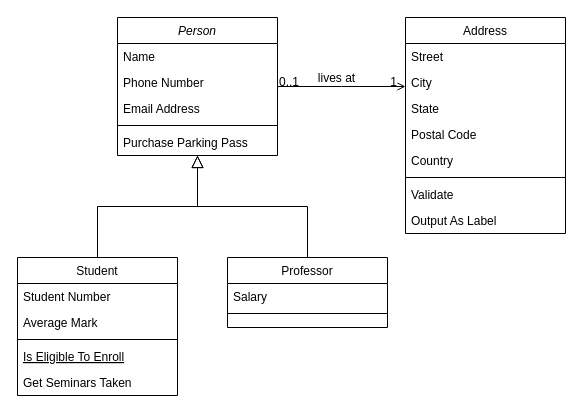
Before: doc/未命名绘图.drawio in HaroldCC/GameProjectDemo, a draw.io diagram. Source tidied: cells renumbered, new cells numbered last; positions are measured from the earlier drawing's top-left corner, leaving out a move shared by most shapes. Both pictures are drawn from the tidied source at 100%, with x=0, y=0 at pixel (17, 17).
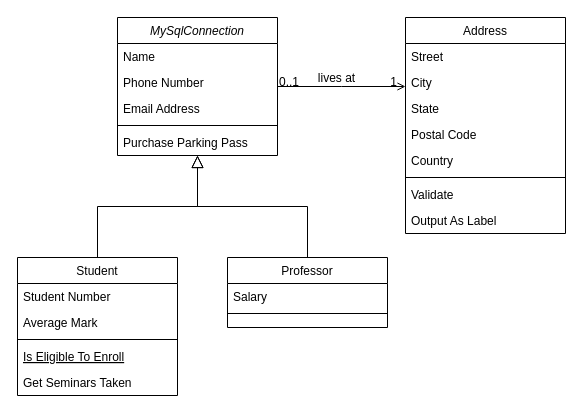
After the change.

What changed in the source:
```diff
@@
-    <mxCell id="2" value="Person" style="swimlane;fontStyle=2;align=center;verticalAlign=top;horizontal=1;startSize=26;rounded=0;shadow=0;strokeWidth=1;" parent="1" vertex="1">
+    <mxCell id="2" value="MySqlConnection" style="swimlane;fontStyle=2;align=center;verticalAlign=top;horizontal=1;startSize=26;rounded=0;shadow=0;strokeWidth=1;" parent="1" vertex="1">
       <mxGeometry x="100" width="160" height="138" as="geometry" />
     </mxCell>
```
